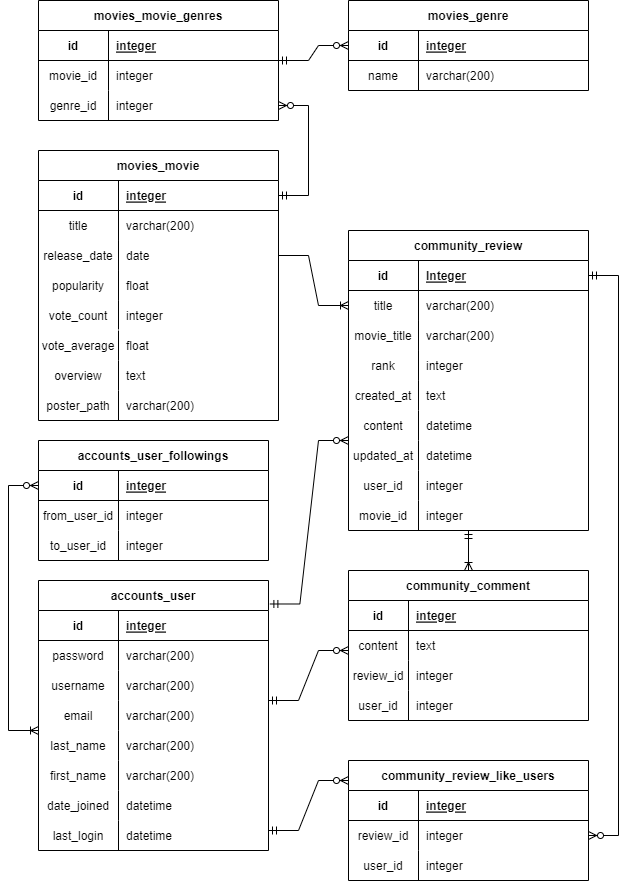
Before: ERD.drawio.png, a diagram exported from draw.io (hanseungjune/ERD_MEMO). Source tidied: cells renumbered, new cells last; positions are measured from the earlier drawing's top-left corner, leaving out a move shared by most shapes.
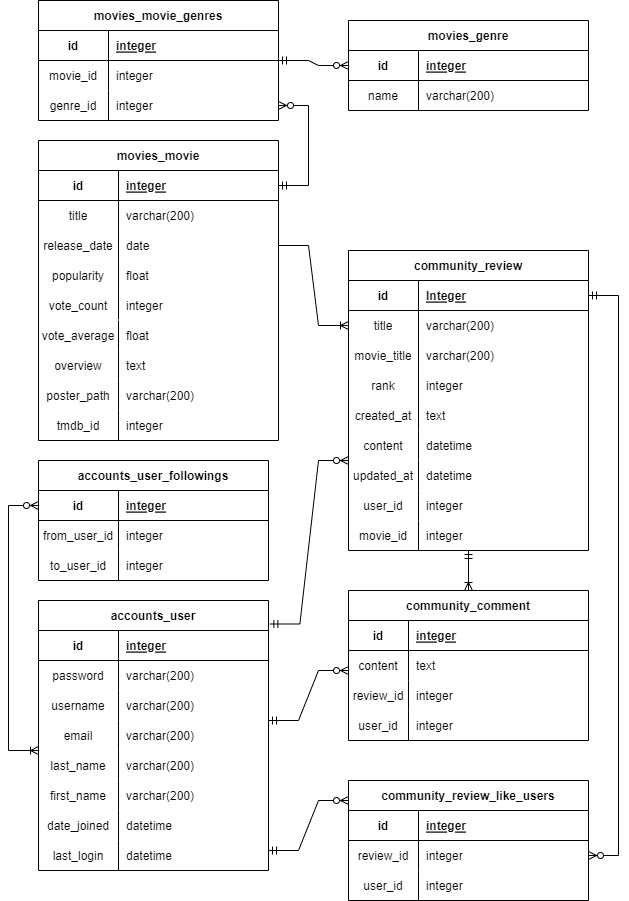
The same file after the commit.

Commit message:
ERD.drawio.png이 추가되었습니다.

The edit, as a diff of the source:
```diff
@@ -3,7 +3,7 @@
     <mxCell id="0" />
     <mxCell id="1" parent="0" />
     <mxCell id="2" value="movies_movie" style="shape=table;startSize=30;rowLines=0;fontStyle=1;align=center;" parent="1" vertex="1">
-      <mxGeometry x="30" y="150" width="240" height="270" as="geometry" />
+      <mxGeometry x="30" y="120" width="240" height="300" as="geometry" />
     </mxCell>
     <mxCell id="3" style="shape=tableRow;horizontal=0;startSize=0;swimlaneHead=0;swimlaneBody=0;fillColor=none;points=[[0,0.5],[1,0.5]];portConstraint=eastwest;top=0;left=0;right=0;bottom=1;" parent="2" vertex="1">
       <mxGeometry y="30" width="240" height="30" as="geometry" />
@@ -272,28 +272,28 @@
       <mxGeometry x="30" y="390" width="240" height="30" as="geometry" />
     </mxCell>
     <mxCell id="90" value="overview" style="shape=partialRectangle;fillColor=none;top=0;left=0;bottom=0;right=0;overflow=hidden;" parent="89" vertex="1">
-      <mxGeometry y="-30" width="80" height="30" as="geometry" />
+      <mxGeometry y="-60" width="80" height="30" as="geometry" />
     </mxCell>
     <mxCell id="91" value="text" style="shape=partialRectangle;fillColor=none;top=0;left=1;bottom=0;right=0;align=left;spacingLeft=6;overflow=hidden;" parent="89" vertex="1">
-      <mxGeometry x="80" y="-30" width="160" height="30" as="geometry" />
+      <mxGeometry x="80" y="-60" width="160" height="30" as="geometry" />
     </mxCell>
     <mxCell id="92" value="vote_average" style="shape=partialRectangle;fillColor=none;top=0;left=0;bottom=0;right=0;overflow=hidden;" parent="1" vertex="1">
-      <mxGeometry x="30" y="330" width="80" height="30" as="geometry" />
+      <mxGeometry x="30" y="300" width="80" height="30" as="geometry" />
     </mxCell>
     <mxCell id="93" value="float" style="shape=partialRectangle;fillColor=none;top=0;left=1;bottom=0;right=0;align=left;spacingLeft=6;overflow=hidden;" parent="1" vertex="1">
-      <mxGeometry x="110" y="330" width="160" height="30" as="geometry" />
+      <mxGeometry x="110" y="300" width="160" height="30" as="geometry" />
     </mxCell>
     <mxCell id="94" value="vote_count" style="shape=partialRectangle;fillColor=none;top=0;left=0;bottom=0;right=0;overflow=hidden;" parent="1" vertex="1">
-      <mxGeometry x="30" y="300" width="80" height="29" as="geometry" />
+      <mxGeometry x="30" y="270" width="80" height="29" as="geometry" />
     </mxCell>
     <mxCell id="95" value="integer" style="shape=partialRectangle;fillColor=none;top=0;left=1;bottom=0;right=0;align=left;spacingLeft=6;overflow=hidden;" parent="1" vertex="1">
-      <mxGeometry x="110" y="300" width="160" height="29" as="geometry" />
+      <mxGeometry x="110" y="270" width="160" height="29" as="geometry" />
     </mxCell>
     <mxCell id="96" value="poster_path" style="shape=partialRectangle;fillColor=none;top=0;left=0;bottom=0;right=0;overflow=hidden;" parent="1" vertex="1">
-      <mxGeometry x="30" y="390" width="80" height="30" as="geometry" />
+      <mxGeometry x="30" y="360" width="80" height="30" as="geometry" />
     </mxCell>
     <mxCell id="97" value="varchar(200)" style="shape=partialRectangle;fillColor=none;top=0;left=1;bottom=0;right=0;align=left;spacingLeft=6;overflow=hidden;" parent="1" vertex="1">
-      <mxGeometry x="110" y="390" width="160" height="30" as="geometry" />
+      <mxGeometry x="110" y="360" width="160" height="30" as="geometry" />
     </mxCell>
     <mxCell id="98" style="shape=tableRow;horizontal=0;startSize=0;swimlaneHead=0;swimlaneBody=0;fillColor=none;top=0;left=0;right=0;bottom=0;" parent="1" vertex="1">
       <mxGeometry x="350" y="390" width="240" height="30" as="geometry" />
@@ -357,7 +357,7 @@
       </mxGeometry>
     </mxCell>
     <mxCell id="115" value="movies_movie_genres" style="shape=table;startSize=30;rowLines=0;fontStyle=1;align=center;fillColor=none;gradientColor=default;" parent="1" vertex="1">
-      <mxGeometry x="30" width="240" height="120" as="geometry" />
+      <mxGeometry x="30" y="-20" width="240" height="120" as="geometry" />
     </mxCell>
     <mxCell id="116" style="shape=tableRow;horizontal=0;startSize=0;swimlaneHead=0;swimlaneBody=0;fillColor=none;top=0;left=0;right=0;bottom=1;" parent="115" vertex="1">
       <mxGeometry y="30" width="240" height="30" as="geometry" />
@@ -419,5 +419,11 @@
     <mxCell id="135" value="movie_id" style="shape=partialRectangle;fillColor=none;top=0;left=0;bottom=0;right=1;overflow=hidden;" parent="1" vertex="1">
       <mxGeometry x="340" y="500" width="70" height="30" as="geometry" />
     </mxCell>
+    <mxCell id="136" value="tmdb_id" style="shape=partialRectangle;fillColor=none;top=0;left=0;bottom=0;right=0;overflow=hidden;" parent="1" vertex="1">
+      <mxGeometry x="30" y="390" width="80" height="30" as="geometry" />
+    </mxCell>
+    <mxCell id="137" value="integer" style="shape=partialRectangle;fillColor=none;top=0;left=1;bottom=0;right=0;align=left;spacingLeft=6;overflow=hidden;" parent="1" vertex="1">
+      <mxGeometry x="110" y="390" width="160" height="30" as="geometry" />
+    </mxCell>
   </root>
 </mxGraphModel>
```
